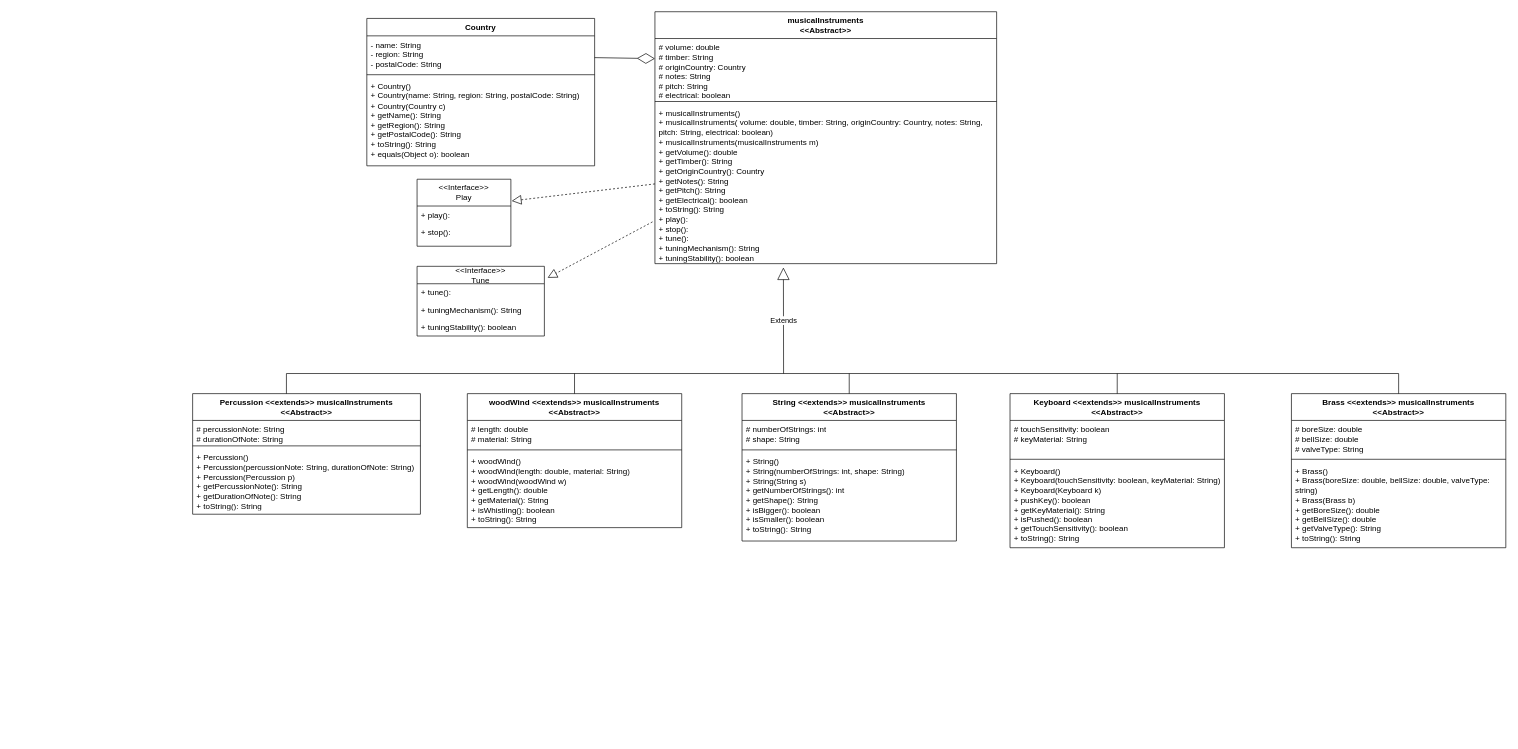
Above: page "Page-2" (2 of 2) of Untitled Diagram.drawio in red-asteriscus/OOD-project-1 (draw.io), before the change. Source tidied: cells renumbered, new cells numbered last; positions are measured from the earlier drawing's top-left corner, leaving out a move shared by most shapes. Both pictures are drawn from the tidied source at 67%, with x=0, y=0 at pixel (192, 11).
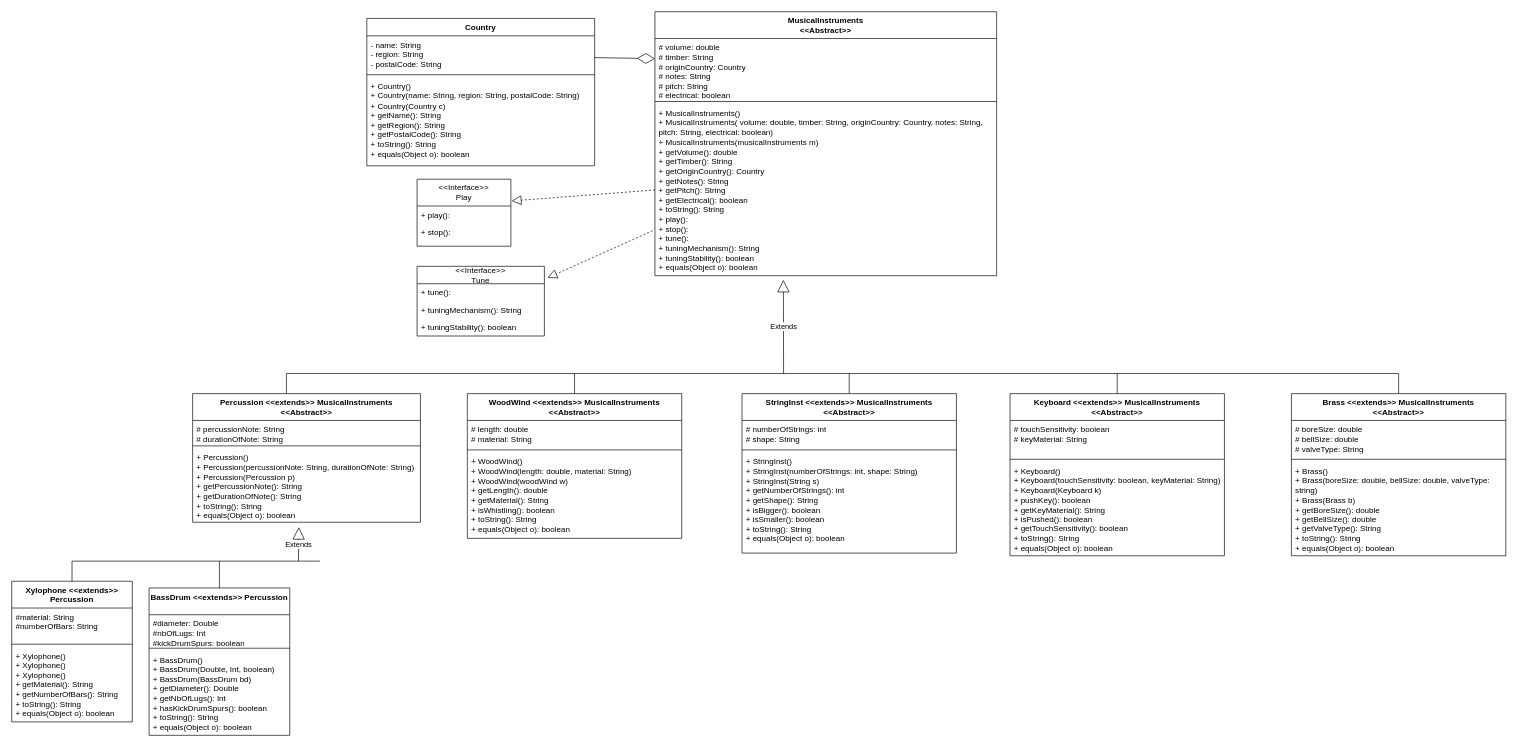
After the change.

Diff of the diagram source:
```diff
@@
-    <mxCell id="6" value="musicalInstruments&lt;br&gt;&amp;lt;&amp;lt;Abstract&amp;gt;&amp;gt;" style="swimlane;fontStyle=1;align=center;verticalAlign=top;horizontal=1;startSize=40;whiteSpace=wrap;html=1;" parent="1" vertex="1">
-      <mxGeometry x="690" width="510" height="376" as="geometry" />
+    <mxCell id="6" value="MusicalInstruments&lt;br&gt;&amp;lt;&amp;lt;Abstract&amp;gt;&amp;gt;" style="swimlane;fontStyle=1;align=center;verticalAlign=top;horizontal=1;startSize=40;whiteSpace=wrap;html=1;" parent="1" vertex="1">
+      <mxGeometry x="690" width="510" height="394" as="geometry" />
     </mxCell>
@@
-    <mxCell id="10" value="+ musicalInstruments()&lt;br&gt;+ musicalInstruments( volume: double, timber: String, originCountry: Country, notes: String, pitch: String, electrical: boolean)&lt;br&gt;+ musicalInstruments(musicalInstruments m)&lt;br&gt;+ getVolume(): double&lt;br&gt;+ getTimber(): String&lt;br&gt;+ getOriginCountry(): Country&lt;br&gt;+ getNotes(): String&lt;br&gt;+ getPitch(): String&lt;br&gt;+ getElectrical(): boolean&lt;br&gt;+ toString(): String&lt;br&gt;+ play():&lt;br&gt;+ stop():&lt;br&gt;+ tune():&lt;br&gt;+ tuningMechanism(): String&lt;br&gt;+ tuningStability(): boolean" style="text;strokeColor=none;fillColor=none;align=left;verticalAlign=top;spacingLeft=4;spacingRight=4;overflow=hidden;points=[[0,0.5],[1,0.5]];portConstraint=eastwest;whiteSpace=wrap;html=1;" parent="6" vertex="1">
-      <mxGeometry y="138" width="510" height="238" as="geometry" />
+    <mxCell id="10" value="+ MusicalInstruments()&lt;br&gt;+ MusicalInstruments( volume: double, timber: String, originCountry: Country, notes: String, pitch: String, electrical: boolean)&lt;br&gt;+ MusicalInstruments(musicalInstruments m)&lt;br&gt;+ getVolume(): double&lt;br&gt;+ getTimber(): String&lt;br&gt;+ getOriginCountry(): Country&lt;br&gt;+ getNotes(): String&lt;br&gt;+ getPitch(): String&lt;br&gt;+ getElectrical(): boolean&lt;br&gt;+ toString(): String&lt;br&gt;+ play():&lt;br&gt;+ stop():&lt;br&gt;+ tune():&lt;br&gt;+ tuningMechanism(): String&lt;br&gt;+ tuningStability(): boolean&lt;br&gt;+ equals(Object o): boolean" style="text;strokeColor=none;fillColor=none;align=left;verticalAlign=top;spacingLeft=4;spacingRight=4;overflow=hidden;points=[[0,0.5],[1,0.5]];portConstraint=eastwest;whiteSpace=wrap;html=1;" parent="6" vertex="1">
+      <mxGeometry y="138" width="510" height="256" as="geometry" />
     </mxCell>
-    <mxCell id="11" value="Percussion &amp;lt;&amp;lt;extends&amp;gt;&amp;gt; musicalInstruments&lt;br&gt;&amp;lt;&amp;lt;Abstract&amp;gt;&amp;gt;" style="swimlane;fontStyle=1;align=center;verticalAlign=top;horizontal=1;startSize=40;whiteSpace=wrap;html=1;" parent="1" vertex="1">
-      <mxGeometry y="570" width="340" height="180" as="geometry" />
+    <mxCell id="11" value="Percussion &amp;lt;&amp;lt;extends&amp;gt;&amp;gt; MusicalInstruments&lt;br&gt;&amp;lt;&amp;lt;Abstract&amp;gt;&amp;gt;" style="swimlane;fontStyle=1;align=center;verticalAlign=top;horizontal=1;startSize=40;whiteSpace=wrap;html=1;" parent="1" vertex="1">
+      <mxGeometry y="570" width="340" height="192" as="geometry" />
     </mxCell>
@@
-    <mxCell id="14" value="+ Percussion()&lt;br&gt;+ Percussion(percussionNote: String, durationOfNote: String)&lt;br&gt;+ Percussion(Percussion p)&lt;br&gt;+ getPercussionNote(): String&lt;br&gt;+ getDurationOfNote(): String&lt;br&gt;+ toString(): String" style="text;strokeColor=none;fillColor=none;align=left;verticalAlign=top;spacingLeft=4;spacingRight=4;overflow=hidden;points=[[0,0.5],[1,0.5]];portConstraint=eastwest;whiteSpace=wrap;html=1;" parent="11" vertex="1">
-      <mxGeometry y="82" width="340" height="98" as="geometry" />
+    <mxCell id="14" value="+ Percussion()&lt;br&gt;+ Percussion(percussionNote: String, durationOfNote: String)&lt;br&gt;+ Percussion(Percussion p)&lt;br&gt;+ getPercussionNote(): String&lt;br&gt;+ getDurationOfNote(): String&lt;br&gt;+ toString(): String&lt;br&gt;+ equals(Object o): boolean" style="text;strokeColor=none;fillColor=none;align=left;verticalAlign=top;spacingLeft=4;spacingRight=4;overflow=hidden;points=[[0,0.5],[1,0.5]];portConstraint=eastwest;whiteSpace=wrap;html=1;" parent="11" vertex="1">
+      <mxGeometry y="82" width="340" height="110" as="geometry" />
     </mxCell>
-    <mxCell id="15" value="woodWind &amp;lt;&amp;lt;extends&amp;gt;&amp;gt; musicalInstruments&lt;br&gt;&amp;lt;&amp;lt;Abstract&amp;gt;&amp;gt;" style="swimlane;fontStyle=1;align=center;verticalAlign=top;horizontal=1;startSize=40;whiteSpace=wrap;html=1;" parent="1" vertex="1">
-      <mxGeometry x="410" y="570" width="320" height="200" as="geometry" />
+    <mxCell id="15" value="WoodWind &amp;lt;&amp;lt;extends&amp;gt;&amp;gt; MusicalInstruments&lt;br&gt;&amp;lt;&amp;lt;Abstract&amp;gt;&amp;gt;" style="swimlane;fontStyle=1;align=center;verticalAlign=top;horizontal=1;startSize=40;whiteSpace=wrap;html=1;" parent="1" vertex="1">
+      <mxGeometry x="410" y="570" width="320" height="216" as="geometry" />
     </mxCell>
@@
-    <mxCell id="18" value="+ woodWind()&lt;br&gt;+ woodWind(length: double, material: String)&lt;br&gt;+ woodWind(woodWind w)&lt;br&gt;+ getLength(): double&lt;br&gt;+ getMaterial(): String&lt;br&gt;+ isWhistling(): boolean&lt;br&gt;+ toString(): String" style="text;strokeColor=none;fillColor=none;align=left;verticalAlign=top;spacingLeft=4;spacingRight=4;overflow=hidden;whiteSpace=wrap;html=1;" parent="15" vertex="1">
-      <mxGeometry y="88" width="320" height="112" as="geometry" />
+    <mxCell id="18" value="+ WoodWind()&lt;br&gt;+ WoodWind(length: double, material: String)&lt;br&gt;+ WoodWind(woodWind w)&lt;br&gt;+ getLength(): double&lt;br&gt;+ getMaterial(): String&lt;br&gt;+ isWhistling(): boolean&lt;br&gt;+ toString(): String&lt;br&gt;+ equals(Object o): boolean" style="text;strokeColor=none;fillColor=none;align=left;verticalAlign=top;spacingLeft=4;spacingRight=4;overflow=hidden;whiteSpace=wrap;html=1;" parent="15" vertex="1">
+      <mxGeometry y="88" width="320" height="128" as="geometry" />
     </mxCell>
@@
-    <mxCell id="32" value="String &amp;lt;&amp;lt;extends&amp;gt;&amp;gt; musicalInstruments&lt;br&gt;&amp;lt;&amp;lt;Abstract&amp;gt;&amp;gt;" style="swimlane;fontStyle=1;align=center;verticalAlign=top;horizontal=1;startSize=40;whiteSpace=wrap;html=1;" parent="1" vertex="1">
-      <mxGeometry x="820" y="570" width="320" height="220" as="geometry" />
+    <mxCell id="32" value="StringInst &amp;lt;&amp;lt;extends&amp;gt;&amp;gt; MusicalInstruments&lt;br&gt;&amp;lt;&amp;lt;Abstract&amp;gt;&amp;gt;" style="swimlane;fontStyle=1;align=center;verticalAlign=top;horizontal=1;startSize=40;whiteSpace=wrap;html=1;" parent="1" vertex="1">
+      <mxGeometry x="820" y="570" width="320" height="238" as="geometry" />
     </mxCell>
@@
-    <mxCell id="35" value="+ String()&lt;br&gt;+ String(numberOfStrings: int, shape: String)&lt;br&gt;+ String(String s)&lt;br&gt;+ getNumberOfStrings(): int&lt;br&gt;+ getShape(): String&lt;br&gt;+ isBigger(): boolean&lt;br&gt;+ isSmaller(): boolean&lt;br&gt;+ toString(): String" style="text;strokeColor=none;fillColor=none;align=left;verticalAlign=top;spacingLeft=4;spacingRight=4;overflow=hidden;whiteSpace=wrap;html=1;" parent="32" vertex="1">
-      <mxGeometry y="88" width="320" height="132" as="geometry" />
+    <mxCell id="35" value="+ StringInst()&lt;br&gt;+ StringInst(numberOfStrings: int, shape: String)&lt;br&gt;+ StringInst(String s)&lt;br&gt;+ getNumberOfStrings(): int&lt;br&gt;+ getShape(): String&lt;br&gt;+ isBigger(): boolean&lt;br&gt;+ isSmaller(): boolean&lt;br&gt;+ toString(): String&lt;br&gt;+ equals(Object o): boolean" style="text;strokeColor=none;fillColor=none;align=left;verticalAlign=top;spacingLeft=4;spacingRight=4;overflow=hidden;whiteSpace=wrap;html=1;" parent="32" vertex="1">
+      <mxGeometry y="88" width="320" height="150" as="geometry" />
     </mxCell>
@@
-    <mxCell id="37" value="Keyboard &amp;lt;&amp;lt;extends&amp;gt;&amp;gt; musicalInstruments&lt;br&gt;&amp;lt;&amp;lt;Abstract&amp;gt;&amp;gt;" style="swimlane;fontStyle=1;align=center;verticalAlign=top;horizontal=1;startSize=40;whiteSpace=wrap;html=1;" parent="1" vertex="1">
-      <mxGeometry x="1220" y="570" width="320" height="230" as="geometry" />
+    <mxCell id="37" value="Keyboard &amp;lt;&amp;lt;extends&amp;gt;&amp;gt; MusicalInstruments&lt;br&gt;&amp;lt;&amp;lt;Abstract&amp;gt;&amp;gt;" style="swimlane;fontStyle=1;align=center;verticalAlign=top;horizontal=1;startSize=40;whiteSpace=wrap;html=1;" parent="1" vertex="1">
+      <mxGeometry x="1220" y="570" width="320" height="242" as="geometry" />
     </mxCell>
@@
-    <mxCell id="40" value="+ Keyboard()&lt;br&gt;+ Keyboard(touchSensitivity: boolean, keyMaterial: String)&lt;br&gt;+ Keyboard(Keyboard k)&lt;br&gt;+ pushKey(): boolean&lt;br&gt;+ getKeyMaterial(): String&lt;br&gt;+ isPushed(): boolean&lt;br&gt;+ getTouchSensitivity(): boolean&lt;br style=&quot;border-color: var(--border-color);&quot;&gt;+ toString(): String" style="text;strokeColor=none;fillColor=none;align=left;verticalAlign=top;spacingLeft=4;spacingRight=4;overflow=hidden;whiteSpace=wrap;html=1;" parent="37" vertex="1">
-      <mxGeometry y="102" width="320" height="128" as="geometry" />
+    <mxCell id="40" value="+ Keyboard()&lt;br&gt;+ Keyboard(touchSensitivity: boolean, keyMaterial: String)&lt;br&gt;+ Keyboard(Keyboard k)&lt;br&gt;+ pushKey(): boolean&lt;br&gt;+ getKeyMaterial(): String&lt;br&gt;+ isPushed(): boolean&lt;br&gt;+ getTouchSensitivity(): boolean&lt;br style=&quot;border-color: var(--border-color);&quot;&gt;+ toString(): String&lt;br&gt;+ equals(Object o): boolean" style="text;strokeColor=none;fillColor=none;align=left;verticalAlign=top;spacingLeft=4;spacingRight=4;overflow=hidden;whiteSpace=wrap;html=1;" parent="37" vertex="1">
+      <mxGeometry y="102" width="320" height="140" as="geometry" />
     </mxCell>
@@
-    <mxCell id="42" value="Brass &amp;lt;&amp;lt;extends&amp;gt;&amp;gt; musicalInstruments&lt;br&gt;&amp;lt;&amp;lt;Abstract&amp;gt;&amp;gt;" style="swimlane;fontStyle=1;align=center;verticalAlign=top;horizontal=1;startSize=40;whiteSpace=wrap;html=1;" parent="1" vertex="1">
-      <mxGeometry x="1640" y="570" width="320" height="230" as="geometry" />
+    <mxCell id="42" value="Brass &amp;lt;&amp;lt;extends&amp;gt;&amp;gt; MusicalInstruments&lt;br&gt;&amp;lt;&amp;lt;Abstract&amp;gt;&amp;gt;" style="swimlane;fontStyle=1;align=center;verticalAlign=top;horizontal=1;startSize=40;whiteSpace=wrap;html=1;" parent="1" vertex="1">
+      <mxGeometry x="1640" y="570" width="320" height="242" as="geometry" />
     </mxCell>
@@
-    <mxCell id="45" value="+ Brass()&lt;br&gt;+ Brass(boreSize: double, bellSize: double, valveType: string)&lt;br&gt;+ Brass(Brass b)&lt;br&gt;+ getBoreSize(): double&lt;br&gt;+ getBellSize(): double&lt;br&gt;+ getValveType(): String&lt;br&gt;+ toString(): String" style="text;strokeColor=none;fillColor=none;align=left;verticalAlign=top;spacingLeft=4;spacingRight=4;overflow=hidden;whiteSpace=wrap;html=1;" parent="42" vertex="1">
-      <mxGeometry y="102" width="320" height="128" as="geometry" />
+    <mxCell id="45" value="+ Brass()&lt;br&gt;+ Brass(boreSize: double, bellSize: double, valveType: string)&lt;br&gt;+ Brass(Brass b)&lt;br&gt;+ getBoreSize(): double&lt;br&gt;+ getBellSize(): double&lt;br&gt;+ getValveType(): String&lt;br&gt;+ toString(): String&lt;br&gt;+ equals(Object o): boolean" style="text;strokeColor=none;fillColor=none;align=left;verticalAlign=top;spacingLeft=4;spacingRight=4;overflow=hidden;whiteSpace=wrap;html=1;" parent="42" vertex="1">
+      <mxGeometry y="102" width="320" height="140" as="geometry" />
     </mxCell>
@@
+    <mxCell id="47" value="Xylophone &amp;lt;&amp;lt;extends&amp;gt;&amp;gt; Percussion" style="swimlane;fontStyle=1;align=center;verticalAlign=top;horizontal=1;startSize=40;whiteSpace=wrap;html=1;" parent="1" vertex="1">
+      <mxGeometry x="-270" y="850" width="180" height="210" as="geometry" />
+    </mxCell>
+    <mxCell id="48" value="#material: String&lt;br&gt;#numberOfBars: String" style="text;strokeColor=none;fillColor=none;align=left;verticalAlign=top;spacingLeft=4;spacingRight=4;overflow=hidden;whiteSpace=wrap;html=1;" parent="47" vertex="1">
+      <mxGeometry y="40" width="180" height="50" as="geometry" />
+    </mxCell>
+    <mxCell id="49" style="line;strokeWidth=1;fillColor=none;align=left;verticalAlign=middle;spacingTop=-1;spacingLeft=3;spacingRight=3;labelPosition=right;strokeColor=inherit;" parent="47" vertex="1">
+      <mxGeometry y="90" width="180" height="8" as="geometry" />
+    </mxCell>
+    <mxCell id="50" value="+ Xylophone()&lt;br&gt;+ Xylophone()&lt;br&gt;+ Xylophone()&lt;br&gt;+ getMaterial(): String&lt;br&gt;+ getNumberOfBars(): String&lt;br&gt;+ toString(): String&lt;br&gt;+ equals(Object o): boolean" style="text;strokeColor=none;fillColor=none;align=left;verticalAlign=top;spacingLeft=4;spacingRight=4;overflow=hidden;whiteSpace=wrap;html=1;" parent="47" vertex="1">
+      <mxGeometry y="98" width="180" height="112" as="geometry" />
+    </mxCell>
+    <mxCell id="51" value="Extends" style="endArrow=block;endSize=16;endFill=0;html=1;rounded=0;entryX=0.466;entryY=1.065;entryDx=0;entryDy=0;entryPerimeter=0;" parent="1" edge="1" target="14">
+      <mxGeometry relative="1" as="geometry">
+        <mxPoint x="158" y="820" as="sourcePoint" />
+      </mxGeometry>
+    </mxCell>
+    <mxCell id="52" style="endArrow=none;html=1;rounded=0;" parent="1" edge="1">
+      <mxGeometry relative="1" as="geometry">
+        <mxPoint x="-180" y="820" as="sourcePoint" />
+        <mxPoint x="190" y="820" as="targetPoint" />
+      </mxGeometry>
+    </mxCell>
+    <mxCell id="53" style="endArrow=none;html=1;rounded=0;exitX=0.5;exitY=0;exitDx=0;exitDy=0;" parent="1" edge="1" source="47">
+      <mxGeometry relative="1" as="geometry">
+        <mxPoint x="-180" y="820" as="targetPoint" />
+      </mxGeometry>
+    </mxCell>
+    <mxCell id="54" value="BassDrum &amp;lt;&amp;lt;extends&amp;gt;&amp;gt; Percussion" style="swimlane;fontStyle=1;align=center;verticalAlign=top;horizontal=1;startSize=40;whiteSpace=wrap;html=1;" parent="1" vertex="1">
+      <mxGeometry x="-65" y="860" width="210" height="220" as="geometry" />
+    </mxCell>
+    <mxCell id="55" value="#diameter: Double&lt;br&gt;#nbOfLugs: Int&lt;br&gt;#kickDrumSpurs: boolean" style="text;strokeColor=none;fillColor=none;align=left;verticalAlign=top;spacingLeft=4;spacingRight=4;overflow=hidden;whiteSpace=wrap;html=1;" parent="54" vertex="1">
+      <mxGeometry y="40" width="210" height="46" as="geometry" />
+    </mxCell>
+    <mxCell id="56" style="line;strokeWidth=1;fillColor=none;align=left;verticalAlign=middle;spacingTop=-1;spacingLeft=3;spacingRight=3;labelPosition=right;strokeColor=inherit;" parent="54" vertex="1">
+      <mxGeometry y="86" width="210" height="8" as="geometry" />
+    </mxCell>
+    <mxCell id="57" value="+ BassDrum()&lt;br&gt;+ BassDrum(Double, Int, boolean)&lt;br&gt;+ BassDrum(BassDrum bd)&lt;br&gt;+ getDiameter(): Double&lt;br&gt;+ getNbOfLugs(): Int&lt;br&gt;+ hasKickDrumSpurs(): boolean&lt;br&gt;+ toString(): String&lt;br&gt;+ equals(Object o): boolean" style="text;strokeColor=none;fillColor=none;align=left;verticalAlign=top;spacingLeft=4;spacingRight=4;overflow=hidden;whiteSpace=wrap;html=1;" parent="54" vertex="1">
+      <mxGeometry y="94" width="210" height="126" as="geometry" />
+    </mxCell>
+    <mxCell id="58" style="endArrow=none;html=1;rounded=0;" parent="1" edge="1" source="54">
+      <mxGeometry relative="1" as="geometry">
+        <mxPoint x="40" y="820" as="targetPoint" />
+      </mxGeometry>
+    </mxCell>
```
